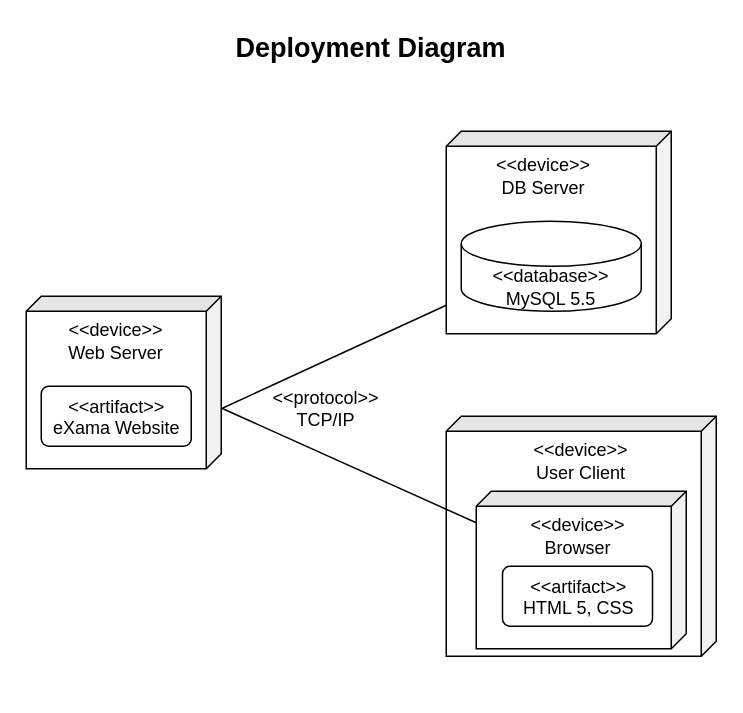
die-drei-fragezeichen/eXama keeps this draw.io diagram as diagrams/Deployment Diagram.drawio. Above is the earlier version. Source tidied: cells renumbered, new cells numbered last; positions are measured from the earlier drawing's top-left corner, leaving out a move shared by most shapes. Both pictures are drawn from the tidied source at 150%, with x=0, y=0 at pixel (33, 26).
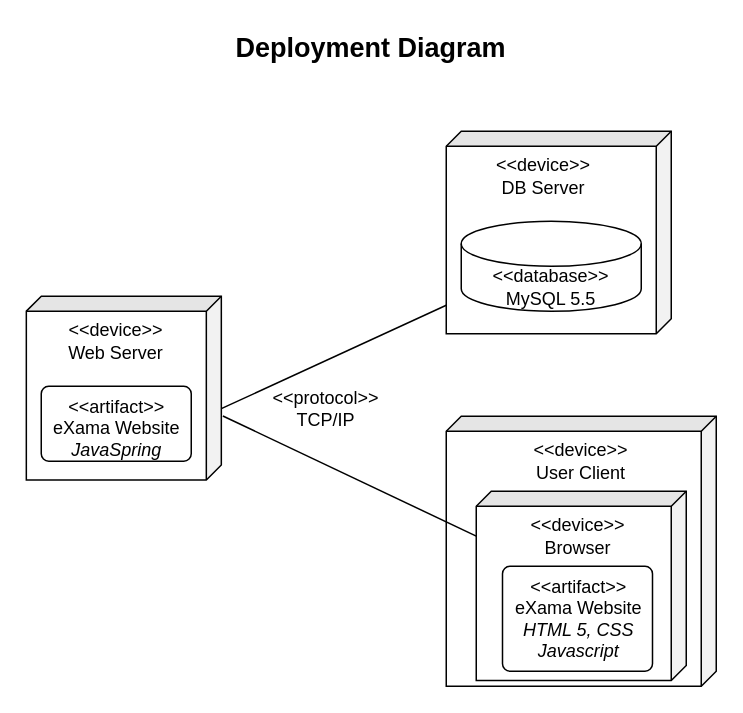
After the change.

The edit, as a diff of the source:
```diff
@@
 <mxGraphModel>
   <root>
     <mxCell id="0" />
     <mxCell id="1" parent="0" />
     <mxCell id="2" style="shape=cube;whiteSpace=wrap;html=1;boundedLbl=1;backgroundOutline=1;darkOpacity=0.05;darkOpacity2=0.1;fontSize=18;size=10;rotation=90;" parent="1" vertex="1">
       <mxGeometry x="282.5" y="62.5" width="135" height="150" as="geometry" />
     </mxCell>
     <mxCell id="3" value="Deployment Diagram" style="text;align=center;fontStyle=1;verticalAlign=middle;spacingLeft=3;spacingRight=3;strokeColor=none;fontSize=18;" parent="1" vertex="1">
       <mxGeometry x="185" width="80" height="26" as="geometry" />
     </mxCell>
     <mxCell id="4" style="rounded=0;jettySize=auto;html=1;fontSize=18;startArrow=none;startFill=0;endArrow=none;endFill=0;exitX=0;exitY=0;exitDx=75;exitDy=0;exitPerimeter=0;" parent="1" edge="1" source="8">
       <mxGeometry relative="1" as="geometry">
         <mxPoint x="275" y="186" as="targetPoint" />
       </mxGeometry>
     </mxCell>
     <mxCell id="5" style="shape=cylinder3;whiteSpace=wrap;html=1;boundedLbl=1;backgroundOutline=1;size=15;fontSize=18;" parent="1" vertex="1">
       <mxGeometry x="285" y="130" width="120" height="60" as="geometry" />
     </mxCell>
     <mxCell id="6" value="&amp;lt;&amp;lt;database&amp;gt;&amp;gt;&lt;br style=&quot;font-size: 12px;&quot;&gt;MySQL 5.5" style="text;html=1;strokeColor=none;fillColor=none;align=center;verticalAlign=middle;whiteSpace=wrap;rounded=0;fontSize=12;" parent="1" vertex="1">
       <mxGeometry x="300" y="164" width="90" height="20" as="geometry" />
     </mxCell>
     <mxCell id="7" value="&amp;lt;&amp;lt;protocol&amp;gt;&amp;gt;&lt;br style=&quot;font-size: 12px;&quot;&gt;TCP/IP" style="text;html=1;strokeColor=none;fillColor=none;align=center;verticalAlign=middle;whiteSpace=wrap;rounded=0;fontSize=12;" parent="1" vertex="1">
       <mxGeometry x="175" y="245" width="40" height="20" as="geometry" />
     </mxCell>
     <mxCell id="8" style="shape=cube;whiteSpace=wrap;html=1;boundedLbl=1;backgroundOutline=1;darkOpacity=0.05;darkOpacity2=0.1;fontSize=18;size=10;rotation=90;" parent="1" vertex="1">
-      <mxGeometry x="2.5" y="172.5" width="115" height="130" as="geometry" />
+      <mxGeometry x="-1.2" y="176.2" width="122.5" height="130" as="geometry" />
     </mxCell>
     <mxCell id="9" value="&amp;lt;&amp;lt;device&amp;gt;&amp;gt;&lt;br style=&quot;font-size: 12px;&quot;&gt;Web Server" style="text;html=1;strokeColor=none;fillColor=none;align=center;verticalAlign=middle;whiteSpace=wrap;rounded=0;fontSize=12;" parent="1" vertex="1">
       <mxGeometry y="190" width="110" height="40" as="geometry" />
     </mxCell>
-    <mxCell id="10" value="&amp;lt;&amp;lt;artifact&amp;gt;&amp;gt;&lt;br style=&quot;font-size: 12px;&quot;&gt;eXama Website" style="html=1;align=center;verticalAlign=top;rounded=1;absoluteArcSize=1;arcSize=10;dashed=0;fontSize=12;" parent="1" vertex="1">
-      <mxGeometry x="5" y="240" width="100" height="40" as="geometry" />
+    <mxCell id="10" value="&amp;lt;&amp;lt;artifact&amp;gt;&amp;gt;&lt;br style=&quot;font-size: 12px&quot;&gt;eXama Website&lt;br&gt;&lt;i&gt;JavaSpring&lt;/i&gt;" style="html=1;align=center;verticalAlign=top;rounded=1;absoluteArcSize=1;arcSize=10;dashed=0;fontSize=12;" parent="1" vertex="1">
+      <mxGeometry x="5" y="240" width="100" height="50" as="geometry" />
     </mxCell>
     <mxCell id="11" value="&amp;lt;&amp;lt;device&amp;gt;&amp;gt;&lt;br style=&quot;font-size: 12px&quot;&gt;DB Server" style="text;html=1;strokeColor=none;fillColor=none;align=center;verticalAlign=middle;whiteSpace=wrap;rounded=0;fontSize=12;" parent="1" vertex="1">
       <mxGeometry x="285" y="80" width="110" height="40" as="geometry" />
     </mxCell>
     <mxCell id="12" style="shape=cube;whiteSpace=wrap;html=1;boundedLbl=1;backgroundOutline=1;darkOpacity=0.05;darkOpacity2=0.1;fontSize=18;size=10;rotation=90;" parent="1" vertex="1">
-      <mxGeometry x="285" y="250" width="160" height="180" as="geometry" />
+      <mxGeometry x="275" y="260" width="180" height="180" as="geometry" />
     </mxCell>
     <mxCell id="13" value="&amp;lt;&amp;lt;device&amp;gt;&amp;gt;&lt;br style=&quot;font-size: 12px&quot;&gt;User Client" style="text;html=1;strokeColor=none;fillColor=none;align=center;verticalAlign=middle;whiteSpace=wrap;rounded=0;fontSize=12;" parent="1" vertex="1">
       <mxGeometry x="310" y="270" width="110" height="40" as="geometry" />
     </mxCell>
     <mxCell id="14" style="shape=cube;whiteSpace=wrap;html=1;boundedLbl=1;backgroundOutline=1;darkOpacity=0.05;darkOpacity2=0.1;fontSize=18;size=10;rotation=90;" parent="1" vertex="1">
-      <mxGeometry x="312.5" y="292.5" width="105" height="140" as="geometry" />
+      <mxGeometry x="301.9" y="303.1" width="126.2" height="140" as="geometry" />
     </mxCell>
     <mxCell id="15" value="&amp;lt;&amp;lt;device&amp;gt;&amp;gt;&lt;br style=&quot;font-size: 12px&quot;&gt;Browser" style="text;html=1;strokeColor=none;fillColor=none;align=center;verticalAlign=middle;whiteSpace=wrap;rounded=0;fontSize=12;" parent="1" vertex="1">
       <mxGeometry x="307.5" y="320" width="110" height="40" as="geometry" />
     </mxCell>
-    <mxCell id="16" value="&amp;lt;&amp;lt;artifact&amp;gt;&amp;gt;&lt;br style=&quot;font-size: 12px&quot;&gt;HTML 5, CSS" style="html=1;align=center;verticalAlign=top;rounded=1;absoluteArcSize=1;arcSize=10;dashed=0;fontSize=12;" parent="1" vertex="1">
-      <mxGeometry x="312.5" y="360" width="100" height="40" as="geometry" />
+    <mxCell id="16" value="&amp;lt;&amp;lt;artifact&amp;gt;&amp;gt;&lt;br&gt;eXama Website&lt;br style=&quot;font-size: 12px&quot;&gt;&lt;i&gt;HTML 5, CSS&lt;br&gt;Javascript&lt;/i&gt;" style="html=1;align=center;verticalAlign=top;rounded=1;absoluteArcSize=1;arcSize=10;dashed=0;fontSize=12;" parent="1" vertex="1">
+      <mxGeometry x="312.5" y="360" width="100" height="70" as="geometry" />
     </mxCell>
     <mxCell id="17" style="rounded=0;jettySize=auto;html=1;fontSize=18;startArrow=none;startFill=0;endArrow=none;endFill=0;exitX=0.652;exitY=-0.008;exitDx=0;exitDy=0;exitPerimeter=0;" parent="1" edge="1" source="8" target="14">
       <mxGeometry relative="1" as="geometry" />
     </mxCell>
   </root>
 </mxGraphModel>
```
